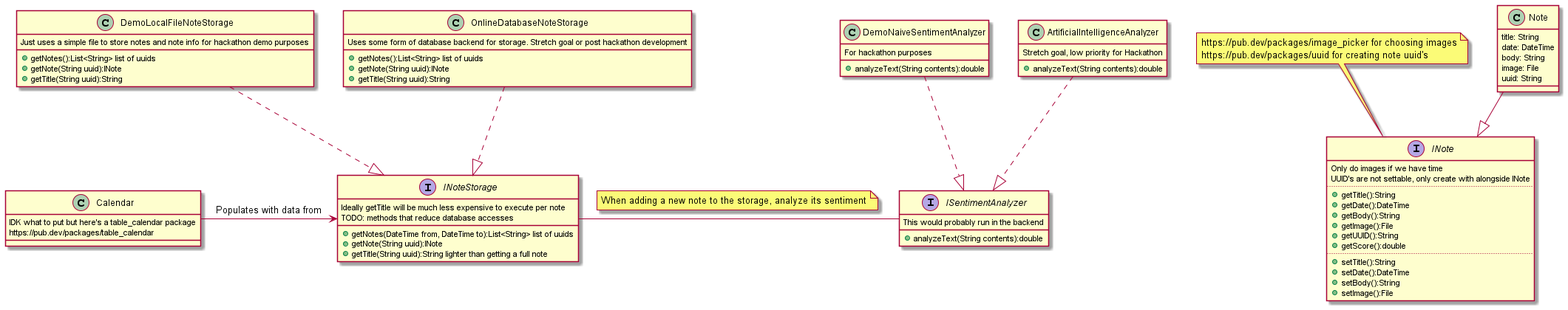
The PlantUML diagram docs/puml/out/domaindiagram/app.png in AaronLi/Serenity, before a commit. The source it was exported from:
```plantuml
@startuml app

interface INote{
    Only do images if we have time
    UUID's are not settable, only create with alongside INote
    ..
    +getTitle():String
    +getDate():DateTime
    +getBody():String
    +getImage():File
    +getUUID():String
    +getScore():double
    ..
    +setTitle():String
    +setDate():DateTime
    +setBody():String
    +setImage():File
}
note top of INote: https://pub.dev/packages/image_picker for choosing images\nhttps://pub.dev/packages/uuid for creating note uuid's

interface INoteStorage{
    Ideally getTitle will be much less expensive to execute per note
    TODO: methods that reduce database accesses
    +getNotes(DateTime from, DateTime to):List<String> list of uuids
    +getNote(String uuid):INote
    +getTitle(String uuid):String lighter than getting a full note
}

class DemoLocalFileNoteStorage{
    Just uses a simple file to store notes and note info for hackathon demo purposes
    +getNotes():List<String> list of uuids
    +getNote(String uuid):INote
    +getTitle(String uuid):String
}

class OnlineDatabaseNoteStorage{
    Uses some form of database backend for storage. Stretch goal or post hackathon development
    +getNotes():List<String> list of uuids
    +getNote(String uuid):INote
    +getTitle(String uuid):String
}

class Note{
    title: String
    date: DateTime
    body: String
    image: File
    uuid: String
}

interface ISentimentAnalyzer{
    This would probably run in the backend
    +analyzeText(String contents):double
}

class Calendar{
    IDK what to put but here's a table_calendar package
    https://pub.dev/packages/table_calendar
}

class DemoNaiveSentimentAnalyzer{
    For hackathon purposes
    +analyzeText(String contents):double
}

class ArtificialIntelligenceAnalyzer{
    Stretch goal, low priority for Hackathon
    +analyzeText(String contents):double
}


DemoLocalFileNoteStorage ..|> INoteStorage
OnlineDatabaseNoteStorage ..|> INoteStorage
Note --|> INote
ArtificialIntelligenceAnalyzer ..|> ISentimentAnalyzer
DemoNaiveSentimentAnalyzer ..|> ISentimentAnalyzer

Calendar -> INoteStorage: Populates with data from
INoteStorage - ISentimentAnalyzer
note on link
When adding a new note to the storage, analyze its sentiment
end note

@enduml
```
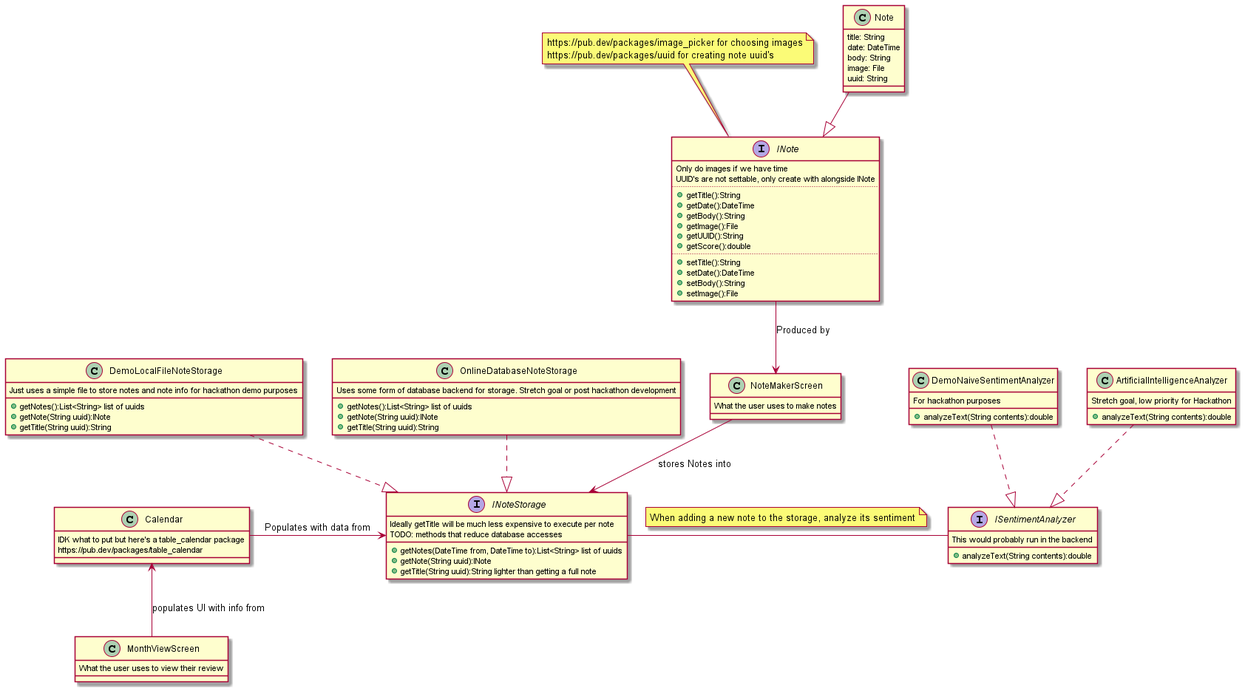
Above is the later version.

Change to the diagram source:
```diff
@@ -67,7 +67,13 @@
     Stretch goal, low priority for Hackathon
     +analyzeText(String contents):double
 }
+class NoteMakerScreen{
+    What the user uses to make notes
+}
 
+class MonthViewScreen{
+    What the user uses to view their review
+}
 
 DemoLocalFileNoteStorage ..|> INoteStorage
 OnlineDatabaseNoteStorage ..|> INoteStorage
@@ -81,4 +87,7 @@
 When adding a new note to the storage, analyze its sentiment
 end note
 
+INote --> NoteMakerScreen: Produced by
+NoteMakerScreen --> INoteStorage: stores Notes into
+Calendar <-- MonthViewScreen: populates UI with info from
 @enduml
```
